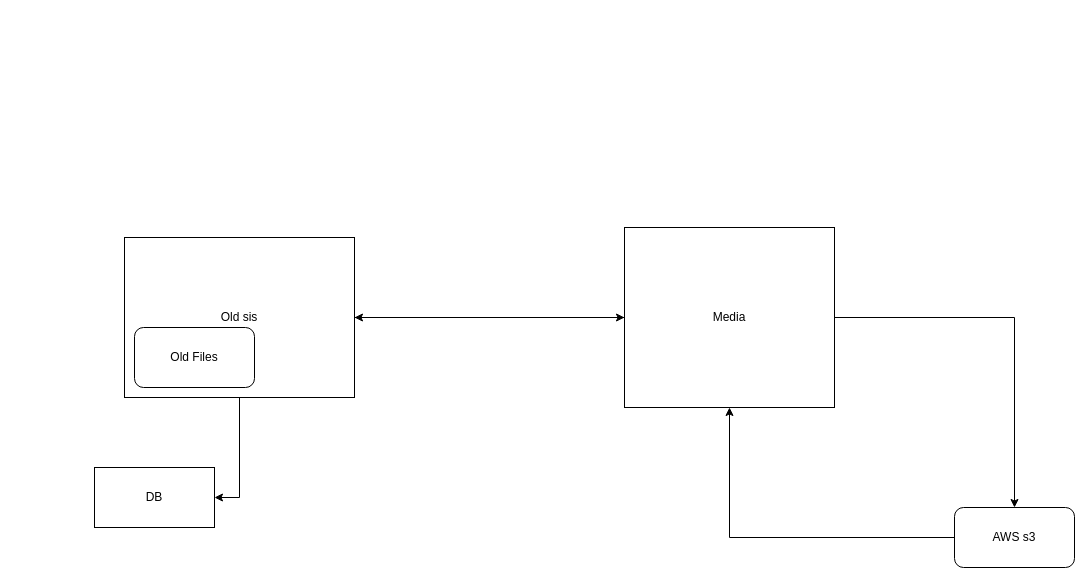
Above: file managmenet.drawio in Mohamedmtc/Diagrams (draw.io), before the change. Source tidied: cells renumbered, new cells numbered last; positions are measured from the earlier drawing's top-left corner, leaving out a move shared by most shapes. Both pictures are drawn from the tidied source at 100%, with x=0, y=0 at pixel (94, 227).
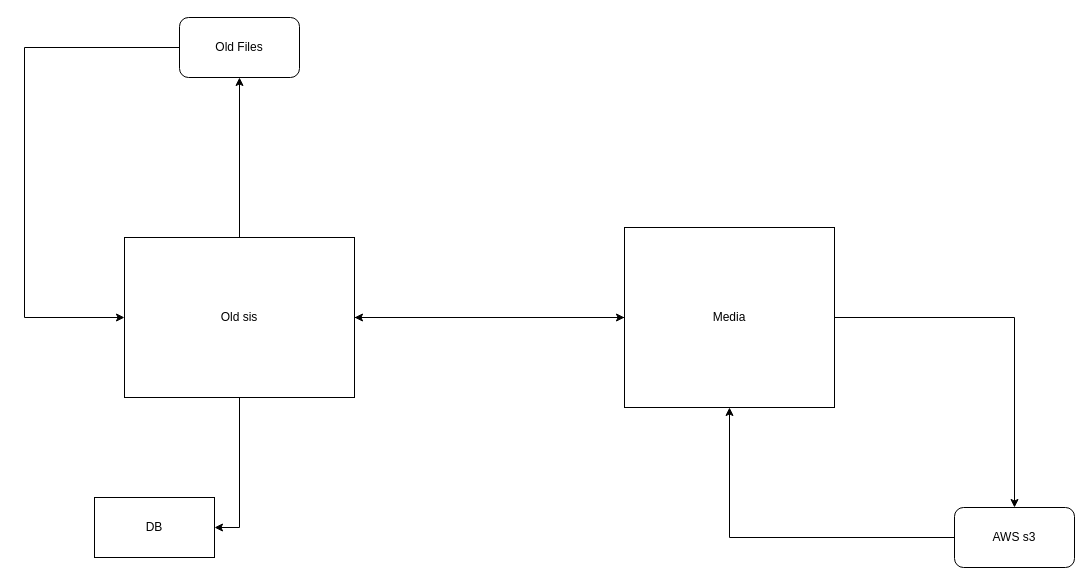
After the change.

Change to the diagram source:
```diff
@@
 <mxGraphModel>
   <root>
     <mxCell id="0" />
     <mxCell id="1" parent="0" />
     <mxCell id="2" style="edgeStyle=orthogonalEdgeStyle;rounded=0;jettySize=auto;html=1;entryX=0;entryY=0.5;entryDx=0;entryDy=0;" parent="1" edge="1" source="4" target="7">
       <mxGeometry relative="1" as="geometry" />
     </mxCell>
     <mxCell id="3" style="edgeStyle=orthogonalEdgeStyle;rounded=0;jettySize=auto;html=1;entryX=1;entryY=0.5;entryDx=0;entryDy=0;" parent="1" edge="1" source="4" target="11">
       <mxGeometry relative="1" as="geometry" />
     </mxCell>
+    <mxCell id="12" style="edgeStyle=orthogonalEdgeStyle;rounded=0;jettySize=auto;html=1;" parent="1" edge="1" source="4" target="8">
+      <mxGeometry relative="1" as="geometry" />
+    </mxCell>
     <mxCell id="4" value="Old sis" style="rounded=0;whiteSpace=wrap;html=1;" parent="1" vertex="1">
       <mxGeometry x="30" y="10" width="230" height="160" as="geometry" />
     </mxCell>
     <mxCell id="5" style="edgeStyle=orthogonalEdgeStyle;rounded=0;jettySize=auto;html=1;" parent="1" edge="1" source="7" target="10">
       <mxGeometry relative="1" as="geometry" />
     </mxCell>
     <mxCell id="6" style="edgeStyle=orthogonalEdgeStyle;rounded=0;jettySize=auto;html=1;" parent="1" edge="1" source="7" target="4">
       <mxGeometry relative="1" as="geometry" />
     </mxCell>
     <mxCell id="7" value="Media" style="rounded=0;whiteSpace=wrap;html=1;" parent="1" vertex="1">
       <mxGeometry x="530" width="210" height="180" as="geometry" />
     </mxCell>
+    <mxCell id="13" style="edgeStyle=orthogonalEdgeStyle;rounded=0;jettySize=auto;html=1;entryX=0;entryY=0.5;entryDx=0;entryDy=0;" parent="1" edge="1" source="8" target="4">
+      <mxGeometry relative="1" as="geometry">
+        <Array as="points">
+          <mxPoint x="-70" y="-180" />
+          <mxPoint x="-70" y="90" />
+        </Array>
+      </mxGeometry>
+    </mxCell>
     <mxCell id="8" value="Old Files" style="rounded=1;whiteSpace=wrap;html=1;" parent="1" vertex="1">
-      <mxGeometry x="40" y="100" width="120" height="60" as="geometry" />
+      <mxGeometry x="85" y="-210" width="120" height="60" as="geometry" />
     </mxCell>
     <mxCell id="9" style="edgeStyle=orthogonalEdgeStyle;rounded=0;jettySize=auto;html=1;entryX=0.5;entryY=1;entryDx=0;entryDy=0;" parent="1" edge="1" source="10" target="7">
       <mxGeometry relative="1" as="geometry" />
     </mxCell>
     <mxCell id="10" value="AWS s3" style="rounded=1;whiteSpace=wrap;html=1;" parent="1" vertex="1">
       <mxGeometry x="860" y="280" width="120" height="60" as="geometry" />
     </mxCell>
     <mxCell id="11" value="DB" style="rounded=0;whiteSpace=wrap;html=1;" parent="1" vertex="1">
-      <mxGeometry y="240" width="120" height="60" as="geometry" />
+      <mxGeometry y="270" width="120" height="60" as="geometry" />
     </mxCell>
   </root>
 </mxGraphModel>
```
